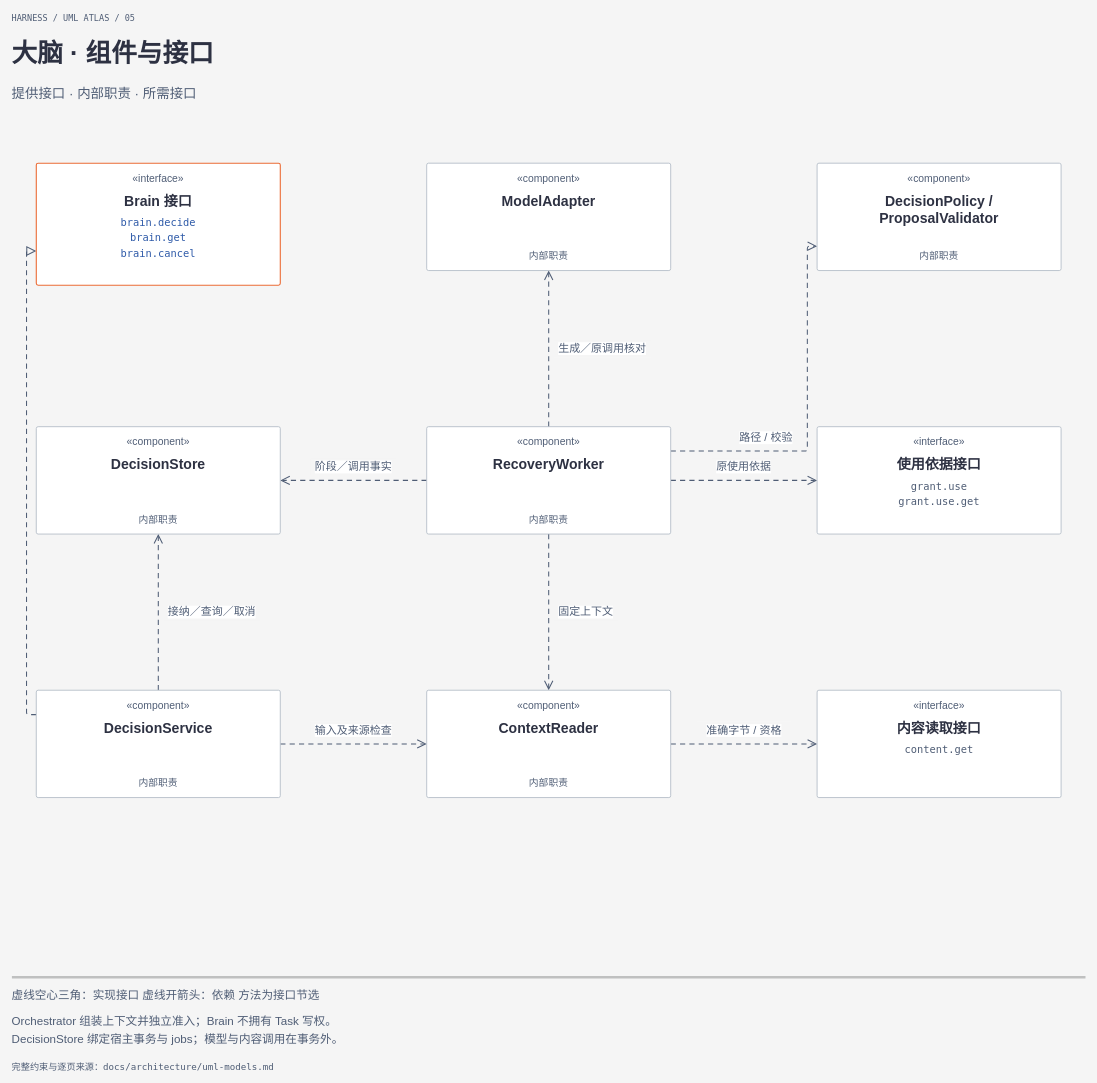
ruipengliu/lerna keeps this draw.io diagram as page "05 大脑 · 组件与接口" (5 of 20) of docs/architecture/diagrams/uml-models.drawio. Above is the earlier version. Source tidied: cells renumbered, new cells numbered last; positions are measured from the earlier drawing's top-left corner, leaving out a move shared by most shapes. Both pictures are drawn from the tidied source at 61%, with x=0, y=0 at pixel (12, 10).
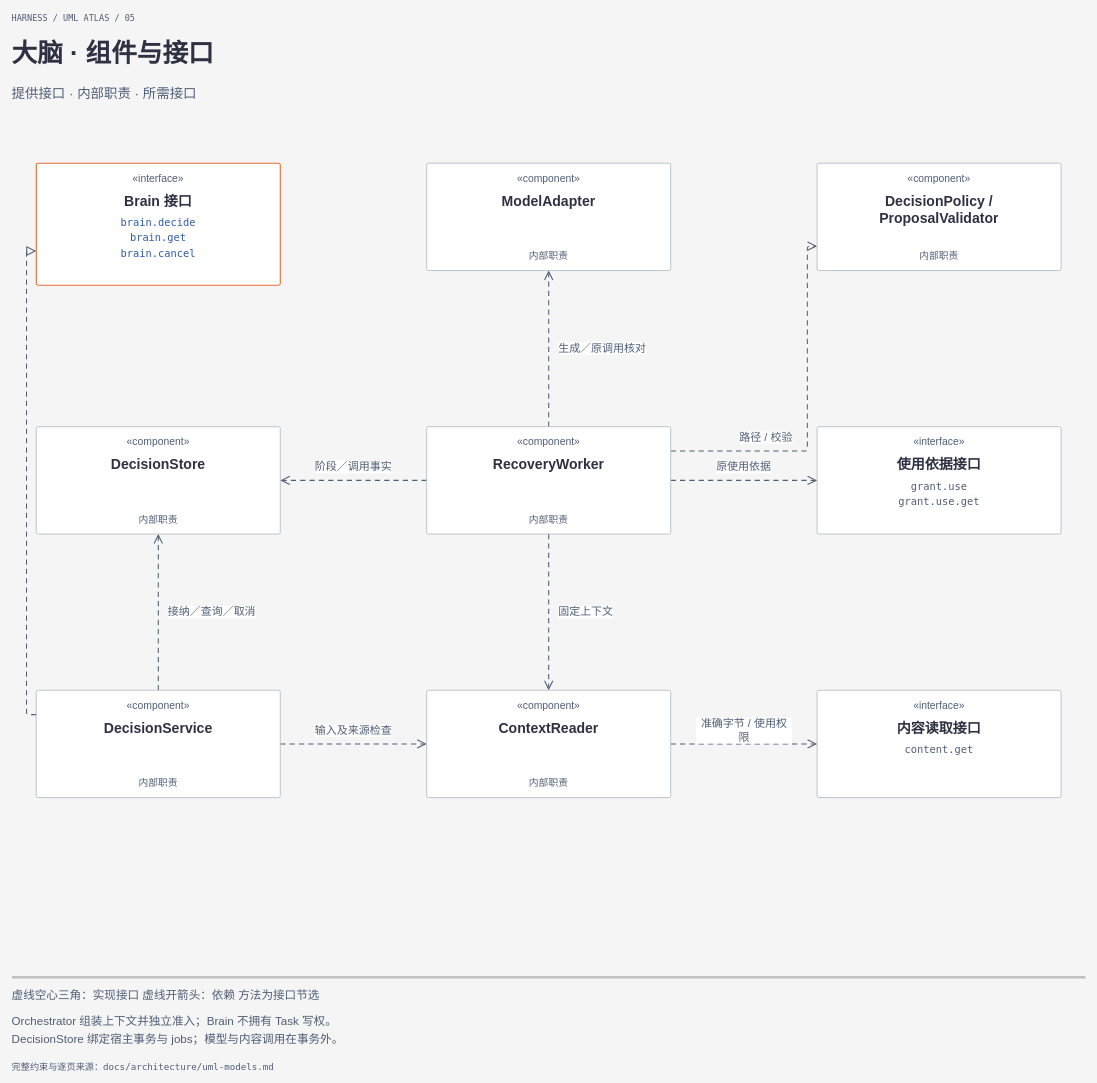
After the change.

The change refers to these unchanged cells:
```xml
<mxCell id="8" style="edgeStyle=orthogonalEdgeStyle;rounded=1;arcSize=8;jettySize=0;html=0;strokeColor=#4f5d75;strokeWidth=1.7;endArrow=open;endFill=0;endSize=12;jumpStyle=arc;jumpSize=8;exitX=1.0;exitY=0.5;exitPerimeter=0;entryX=0.0;entryY=0.5;entryPerimeter=0;dashed=1;dashPattern=5 4;" parent="1" edge="1" source="32" target="52">
  <mxGeometry relative="1" as="geometry" />
</mxCell>
```

What changed in the source:
```diff
@@
-    <mxCell id="16" value="准确字节 / 资格" style="edgeLabel;html=0;whiteSpace=wrap;fillColor=#f5f5f5;strokeColor=none;fontFamily=Geist, PingFang SC, Microsoft YaHei;fontSize=18;fontColor=#4f5d75;align=center;verticalAlign=middle;spacing=0;" parent="8" vertex="1">
+    <mxCell id="16" value="准确字节 / 使用权限" style="edgeLabel;html=0;whiteSpace=wrap;fillColor=#f5f5f5;strokeColor=none;fontFamily=Geist, PingFang SC, Microsoft YaHei;fontSize=18;fontColor=#4f5d75;align=center;verticalAlign=middle;spacing=0;" parent="8" vertex="1">
       <mxGeometry width="155" height="28" relative="1" as="geometry">
         <mxPoint x="-77.5" y="-36" as="offset" />
       </mxGeometry>
     </mxCell>
```
